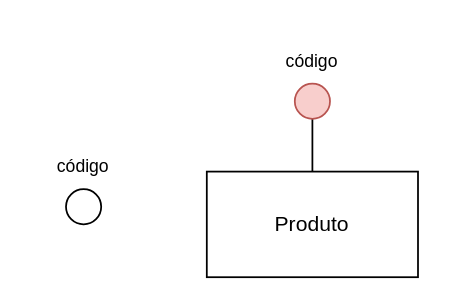
This is Banco-de-Dados/ex_03_30-04.drawio from mateus-s-a/IFMT_Eng_Computacao, a draw.io file, before an edit. Source tidied: cells renumbered, new cells numbered last; positions are measured from the earlier drawing's top-left corner, leaving out a move shared by most shapes. Both pictures are drawn from the tidied source at 176%, with x=0, y=0 at pixel (30, 30).
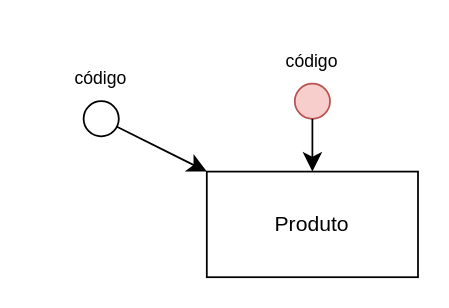
After the change.

The edit, as a diff of the source:
```diff
@@
 <mxGraphModel>
   <root>
     <mxCell id="0" />
     <mxCell id="1" parent="0" />
     <mxCell id="2" value="&lt;div&gt;Produto&lt;/div&gt;" style="rounded=0;whiteSpace=wrap;html=1;" parent="1" vertex="1">
       <mxGeometry x="100" y="80" width="120" height="60" as="geometry" />
     </mxCell>
-    <mxCell id="3" style="endArrow=none;html=1;rounded=0;fontSize=12;startSize=8;endSize=8;curved=1;" parent="1" edge="1" source="5" target="2">
-      <mxGeometry relative="1" as="geometry" />
-    </mxCell>
     <mxCell id="4" style="group;" parent="1" vertex="1">
       <mxGeometry x="130" width="60" height="50" as="geometry" />
     </mxCell>
     <mxCell id="5" style="ellipse;whiteSpace=wrap;html=1;fillColor=#f8cecc;strokeColor=#b85450;" parent="4" vertex="1">
       <mxGeometry x="20" y="30" width="20" height="20" as="geometry" />
     </mxCell>
     <mxCell id="6" value="&lt;font size=&quot;1&quot;&gt;código&lt;/font&gt;" style="text;strokeColor=none;align=center;fillColor=none;html=1;verticalAlign=middle;whiteSpace=wrap;rounded=0;fontSize=16;" parent="4" vertex="1">
       <mxGeometry width="60" height="30" as="geometry" />
     </mxCell>
     <mxCell id="7" style="group;" parent="1" vertex="1">
-      <mxGeometry y="60" width="60" height="50" as="geometry" />
+      <mxGeometry x="10" y="10" width="60" height="50" as="geometry" />
     </mxCell>
     <mxCell id="8" style="ellipse;whiteSpace=wrap;html=1;" parent="7" vertex="1">
       <mxGeometry x="20" y="30" width="20" height="20" as="geometry" />
     </mxCell>
     <mxCell id="9" value="&lt;font size=&quot;1&quot;&gt;código&lt;/font&gt;" style="text;strokeColor=none;align=center;fillColor=none;html=1;verticalAlign=middle;whiteSpace=wrap;rounded=0;fontSize=16;" parent="7" vertex="1">
       <mxGeometry width="60" height="30" as="geometry" />
     </mxCell>
+    <mxCell id="10" style="edgeStyle=none;curved=1;rounded=0;jettySize=auto;html=1;fontSize=12;startSize=8;endSize=8;" parent="1" edge="1" source="8" target="2">
+      <mxGeometry relative="1" as="geometry" />
+    </mxCell>
+    <mxCell id="3" style="edgeStyle=none;curved=1;rounded=0;jettySize=auto;html=1;entryX=0.5;entryY=0;entryDx=0;entryDy=0;fontSize=12;startSize=8;endSize=8;" parent="1" edge="1" source="5" target="2">
+      <mxGeometry relative="1" as="geometry" />
+    </mxCell>
   </root>
 </mxGraphModel>
```
